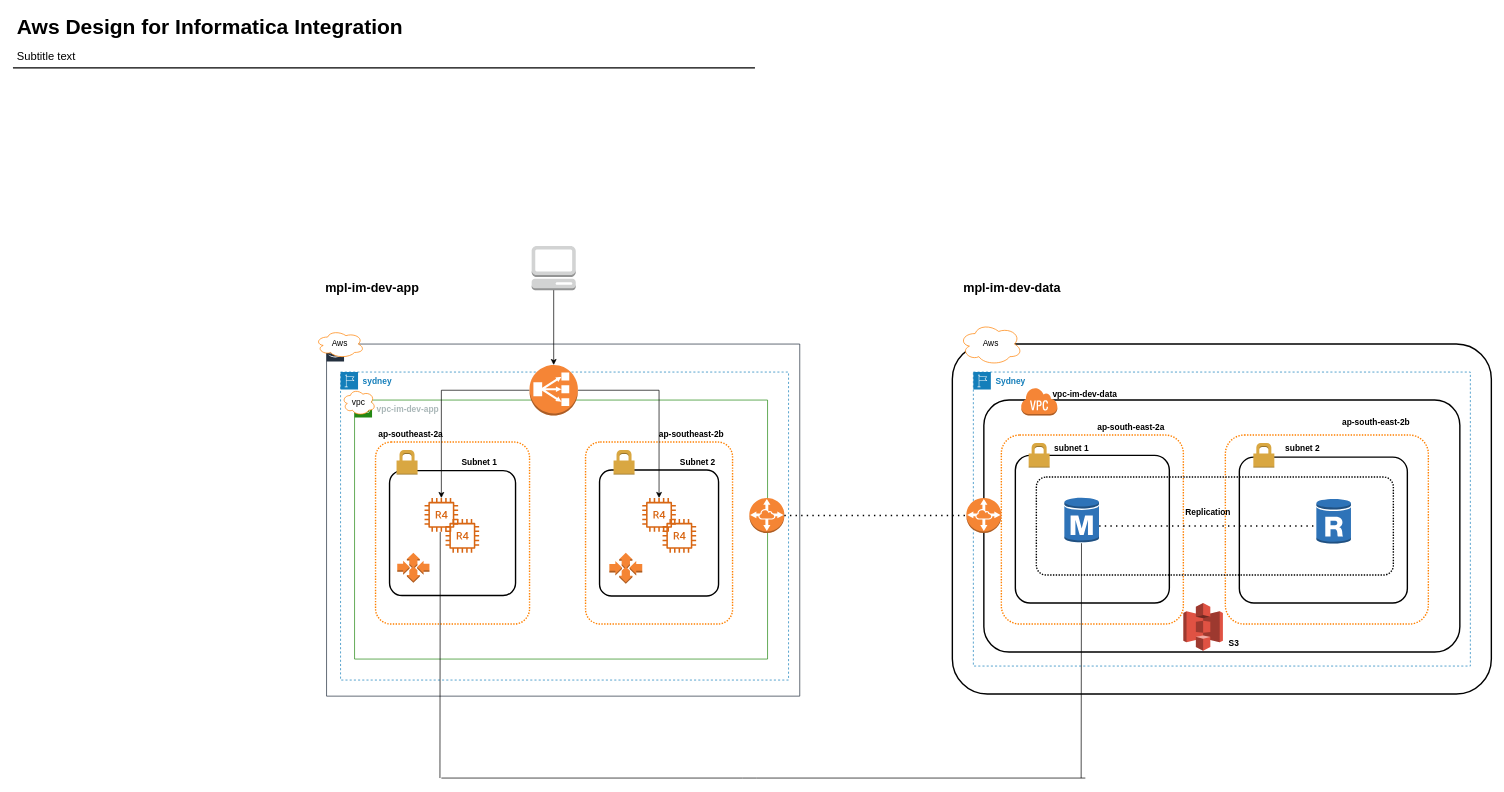
The draw.io diagram model.drawio in praveen-hub/Cloud-DataEng-AI, before the edit. Source tidied: cells renumbered, new cells numbered last; positions are measured from the earlier drawing's top-left corner, leaving out a move shared by most shapes. Both pictures are drawn from the tidied source at 70%, with x=0, y=0 at pixel (13, 12).
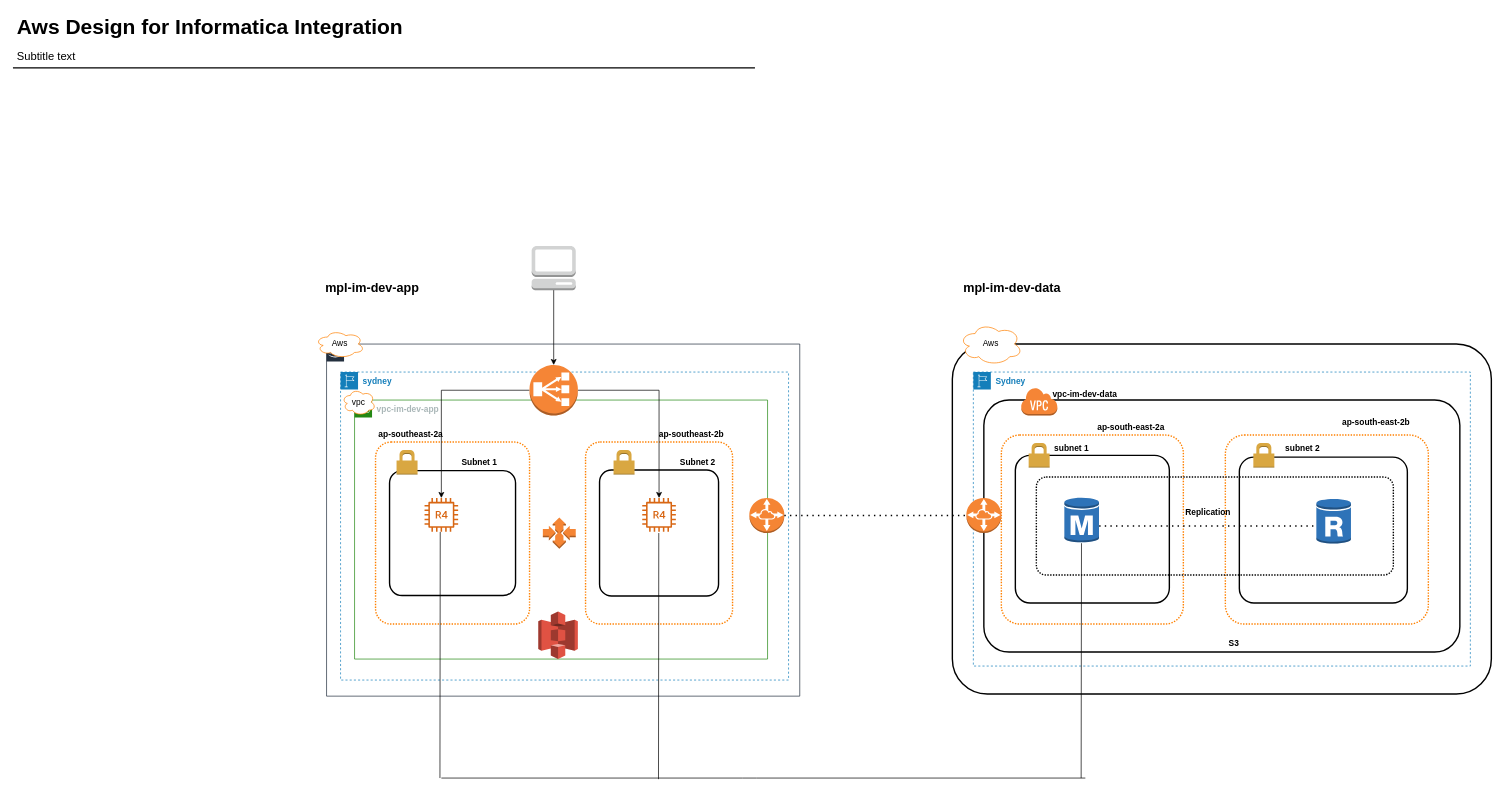
The same diagram, later.

Change to the diagram source:
```diff
@@
-    <mxCell id="22" style="fontColor=#232F3E;gradientColor=none;fillColor=#D86613;strokeColor=none;dashed=0;verticalLabelPosition=bottom;verticalAlign=top;align=center;html=1;fontSize=12;fontStyle=0;shape=mxgraph.aws4.r4_instance;" parent="1" vertex="1">
-      <mxGeometry x="928" y="724" width="48" height="48" as="geometry" />
-    </mxCell>
-    <mxCell id="23" style="fontColor=#232F3E;gradientColor=none;fillColor=#D86613;strokeColor=none;dashed=0;verticalLabelPosition=bottom;verticalAlign=top;align=center;html=1;fontSize=12;fontStyle=0;shape=mxgraph.aws4.r4_instance;" parent="1" vertex="1">
-      <mxGeometry x="618" y="724" width="48" height="48" as="geometry" />
-    </mxCell>
@@
     <mxCell id="26" style="dashed=0;verticalLabelPosition=bottom;verticalAlign=top;align=center;html=1;shape=mxgraph.aws3.auto_scaling;fillColor=#F58534;gradientColor=none;" parent="1" vertex="1">
-      <mxGeometry x="852" y="772" width="47" height="44.5" as="geometry" />
+      <mxGeometry x="757" y="721.8" width="47" height="44.5" as="geometry" />
     </mxCell>
-    <mxCell id="27" style="dashed=0;verticalLabelPosition=bottom;verticalAlign=top;align=center;html=1;shape=mxgraph.aws3.auto_scaling;fillColor=#F58534;gradientColor=none;" parent="1" vertex="1">
-      <mxGeometry x="549" y="772" width="46" height="43" as="geometry" />
-    </mxCell>
@@
-    <mxCell id="55" style="dashed=0;verticalLabelPosition=bottom;verticalAlign=top;align=center;html=1;shape=mxgraph.aws3.s3;fillColor=#E05243;gradientColor=none;" parent="1" vertex="1">
-      <mxGeometry x="1672" y="844" width="56.5" height="68" as="geometry" />
-    </mxCell>
@@
+    <mxCell id="62" style="dashed=0;verticalLabelPosition=bottom;verticalAlign=top;align=center;html=1;shape=mxgraph.aws3.s3;fillColor=#E05243;gradientColor=none;" parent="1" vertex="1">
+      <mxGeometry x="750.5" y="856" width="56.5" height="68" as="geometry" />
+    </mxCell>
+    <mxCell id="63" style="endArrow=none;html=1;entryX=0.467;entryY=1.009;entryDx=0;entryDy=0;entryPerimeter=0;" parent="1" edge="1">
+      <mxGeometry relative="1" as="geometry">
+        <mxPoint x="922.2" y="1095.6" as="sourcePoint" />
+        <mxPoint x="922.6" y="744" as="targetPoint" />
+      </mxGeometry>
+    </mxCell>
```
